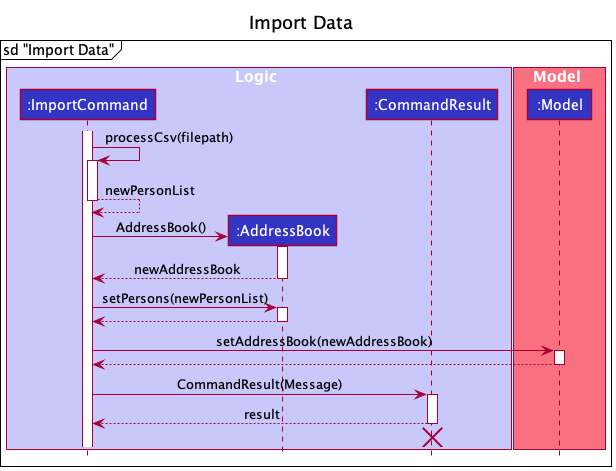
szelongq/tp keeps this PlantUML diagram as docs/images/ImportProcessData.png. Above is the earlier version.
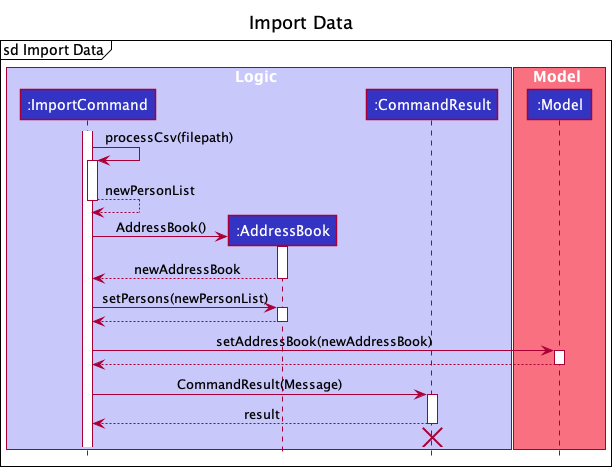
The same file after the commit.

Commit message:
Update Import feature

Diff of the diagram source:
```diff
@@ -1,6 +1,6 @@
 @startuml
 !include style.puml
-mainframe sd "Import Data"
+mainframe sd Import Data
 title Import Data
 
 box Logic LOGIC_COLOR_T1
```
